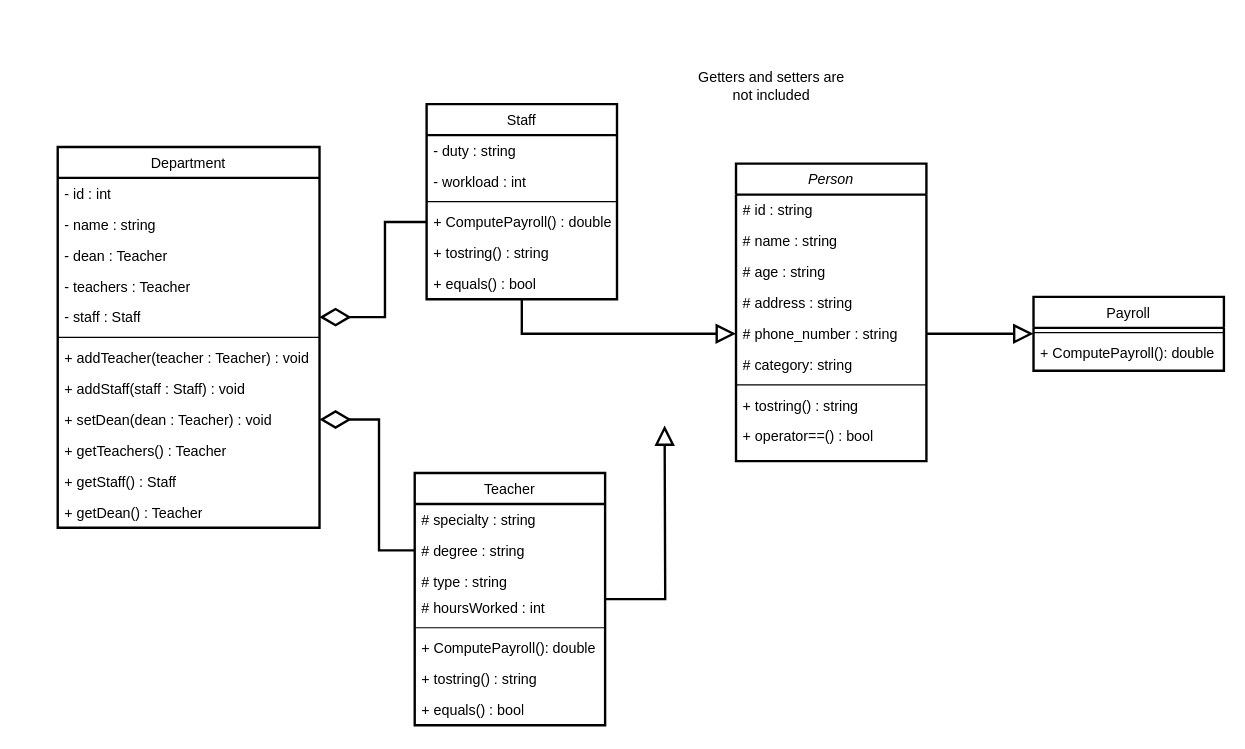
WilliamAbrokwah/GitHub-Test keeps this draw.io diagram as UML Diagram.drawio. Above is the earlier version. Source tidied: cells renumbered, new cells numbered last; positions are measured from the earlier drawing's top-left corner, leaving out a move shared by most shapes. Both pictures are drawn from the tidied source at 119%, with x=0, y=0 at pixel (57, 68).
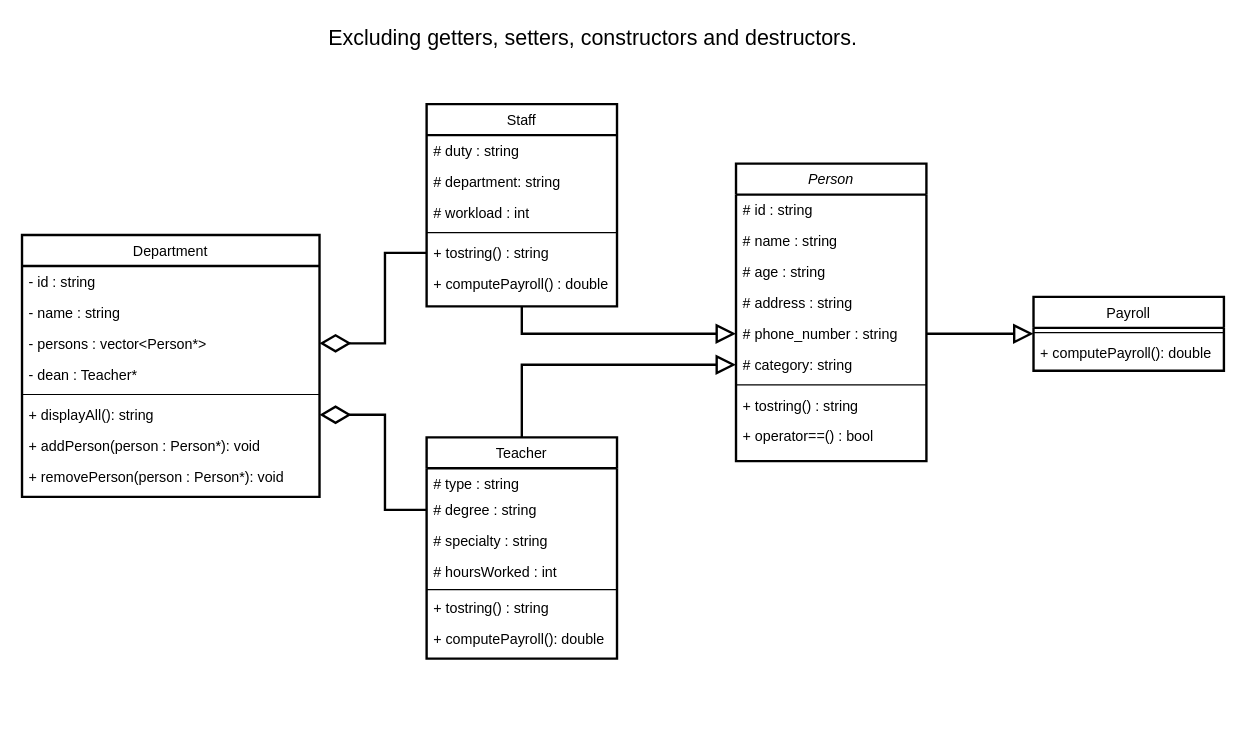
Above is the later version.

Unchanged cells that the change refers to:
```xml
<mxCell id="8" value="# category: string" style="text;strokeColor=none;fillColor=none;align=left;verticalAlign=top;spacingLeft=4;spacingRight=4;overflow=hidden;points=[[0,0.5],[1,0.5]];portConstraint=eastwest;whiteSpace=wrap;html=1;" parent="2" vertex="1">
  <mxGeometry y="156" width="160" height="26" as="geometry" />
</mxCell>
<mxCell id="45" value="Payroll" style="swimlane;fontStyle=0;align=center;verticalAlign=top;horizontal=1;startSize=26;rounded=0;shadow=0;strokeWidth=2;" parent="1" vertex="1">
  <mxGeometry x="820" y="192" width="160" height="62" as="geometry" />
</mxCell>
```

What changed in the source:
```diff
@@
-    <mxCell id="12" style="edgeStyle=orthogonalEdgeStyle;rounded=0;jettySize=auto;html=1;strokeWidth=2;endSize=12;endArrow=block;endFill=0;" parent="1" edge="1" source="13">
-      <mxGeometry relative="1" as="geometry">
-        <mxPoint x="510" y="300" as="targetPoint" />
-      </mxGeometry>
+    <mxCell id="12" style="edgeStyle=orthogonalEdgeStyle;rounded=0;jettySize=auto;html=1;strokeWidth=2;endSize=12;endArrow=block;endFill=0;entryX=0;entryY=0.5;entryDx=0;entryDy=0;" parent="1" edge="1" source="13" target="8">
+      <mxGeometry relative="1" as="geometry" />
     </mxCell>
     <mxCell id="13" value="Teacher" style="swimlane;fontStyle=0;align=center;verticalAlign=top;horizontal=1;startSize=26;rounded=0;shadow=0;strokeWidth=2;" parent="1" vertex="1">
-      <mxGeometry x="300" y="340" width="160" height="212" as="geometry" />
+      <mxGeometry x="310" y="310" width="160" height="186" as="geometry" />
     </mxCell>
+    <mxCell id="16" value="# type : string" style="text;strokeColor=none;fillColor=none;align=left;verticalAlign=top;spacingLeft=4;spacingRight=4;overflow=hidden;whiteSpace=wrap;html=1;" parent="13" vertex="1">
+      <mxGeometry y="26" width="160" height="22" as="geometry" />
+    </mxCell>
+    <mxCell id="15" value="# degree : string" style="text;align=left;verticalAlign=top;spacingLeft=4;spacingRight=4;overflow=hidden;points=[[0,0.5],[1,0.5]];portConstraint=eastwest;rounded=0;shadow=0;html=0;" parent="13" vertex="1">
+      <mxGeometry y="48" width="160" height="26" as="geometry" />
+    </mxCell>
     <mxCell id="14" value="# specialty : string" style="text;align=left;verticalAlign=top;spacingLeft=4;spacingRight=4;overflow=hidden;" parent="13" vertex="1">
-      <mxGeometry y="26" width="160" height="26" as="geometry" />
+      <mxGeometry y="74" width="160" height="26" as="geometry" />
     </mxCell>
-    <mxCell id="15" value="# degree : string" style="text;align=left;verticalAlign=top;spacingLeft=4;spacingRight=4;overflow=hidden;points=[[0,0.5],[1,0.5]];portConstraint=eastwest;rounded=0;shadow=0;html=0;" parent="13" vertex="1">
-      <mxGeometry y="52" width="160" height="26" as="geometry" />
-    </mxCell>
-    <mxCell id="16" value="# type : string" style="text;strokeColor=none;fillColor=none;align=left;verticalAlign=top;spacingLeft=4;spacingRight=4;overflow=hidden;whiteSpace=wrap;html=1;" parent="13" vertex="1">
-      <mxGeometry y="78" width="160" height="22" as="geometry" />
-    </mxCell>
@@
     <mxCell id="18" style="line;html=1;strokeWidth=1;align=left;verticalAlign=middle;spacingTop=-1;spacingLeft=3;spacingRight=3;labelPosition=right;" parent="13" vertex="1">
-      <mxGeometry y="126" width="160" height="8" as="geometry" />
+      <mxGeometry y="126" width="160" height="4" as="geometry" />
     </mxCell>
+    <mxCell id="20" value="+ tostring() : string" style="text;align=left;verticalAlign=top;spacingLeft=4;spacingRight=4;overflow=hidden;" parent="13" vertex="1">
+      <mxGeometry y="130" width="160" height="26" as="geometry" />
+    </mxCell>
-    <mxCell id="19" value="+ ComputePayroll(): double" style="text;align=left;verticalAlign=top;spacingLeft=4;spacingRight=4;overflow=hidden;" parent="13" vertex="1">
-      <mxGeometry y="134" width="160" height="26" as="geometry" />
+    <mxCell id="19" value="+ computePayroll(): double" style="text;align=left;verticalAlign=top;spacingLeft=4;spacingRight=4;overflow=hidden;" parent="13" vertex="1">
+      <mxGeometry y="156" width="160" height="26" as="geometry" />
     </mxCell>
-    <mxCell id="20" value="+ tostring() : string" style="text;align=left;verticalAlign=top;spacingLeft=4;spacingRight=4;overflow=hidden;" parent="13" vertex="1">
-      <mxGeometry y="160" width="160" height="26" as="geometry" />
-    </mxCell>
-    <mxCell id="21" value="+ equals() : bool" style="text;strokeColor=none;fillColor=none;align=left;verticalAlign=top;spacingLeft=4;spacingRight=4;overflow=hidden;whiteSpace=wrap;html=1;" parent="13" vertex="1">
-      <mxGeometry y="186" width="160" height="26" as="geometry" />
-    </mxCell>
@@
     <mxCell id="23" value="Staff" style="swimlane;fontStyle=0;align=center;verticalAlign=top;horizontal=1;startSize=26;rounded=0;shadow=0;strokeWidth=2;" parent="1" vertex="1">
-      <mxGeometry x="310" y="30" width="160" height="164" as="geometry" />
+      <mxGeometry x="310" y="30" width="160" height="170" as="geometry" />
     </mxCell>
-    <mxCell id="24" value="- duty : string" style="text;align=left;verticalAlign=top;spacingLeft=4;spacingRight=4;overflow=hidden;" parent="23" vertex="1">
+    <mxCell id="24" value="# duty : string" style="text;align=left;verticalAlign=top;spacingLeft=4;spacingRight=4;overflow=hidden;" parent="23" vertex="1">
       <mxGeometry y="26" width="160" height="26" as="geometry" />
     </mxCell>
+    <mxCell id="50" value="# department: string" style="text;strokeColor=none;fillColor=none;align=left;verticalAlign=top;spacingLeft=4;spacingRight=4;overflow=hidden;whiteSpace=wrap;html=1;" parent="23" vertex="1">
+      <mxGeometry y="52" width="160" height="26" as="geometry" />
+    </mxCell>
-    <mxCell id="25" value="- workload : int" style="text;strokeColor=none;fillColor=none;align=left;verticalAlign=top;spacingLeft=4;spacingRight=4;overflow=hidden;whiteSpace=wrap;html=1;" parent="23" vertex="1">
-      <mxGeometry y="52" width="160" height="26" as="geometry" />
+    <mxCell id="25" value="# workload : int" style="text;strokeColor=none;fillColor=none;align=left;verticalAlign=top;spacingLeft=4;spacingRight=4;overflow=hidden;whiteSpace=wrap;html=1;" parent="23" vertex="1">
+      <mxGeometry y="78" width="160" height="26" as="geometry" />
     </mxCell>
     <mxCell id="26" style="line;html=1;strokeWidth=1;align=left;verticalAlign=middle;spacingTop=-1;spacingLeft=3;spacingRight=3;labelPosition=right;" parent="23" vertex="1">
-      <mxGeometry y="78" width="160" height="8" as="geometry" />
+      <mxGeometry y="104" width="160" height="8" as="geometry" />
     </mxCell>
+    <mxCell id="28" value="+ tostring() : string" style="text;align=left;verticalAlign=top;spacingLeft=4;spacingRight=4;overflow=hidden;points=[[0,0.5],[1,0.5]];portConstraint=eastwest;" parent="23" vertex="1">
+      <mxGeometry y="112" width="160" height="26" as="geometry" />
+    </mxCell>
-    <mxCell id="27" value="+ ComputePayroll() : double" style="text;strokeColor=none;fillColor=none;align=left;verticalAlign=top;spacingLeft=4;spacingRight=4;overflow=hidden;points=[[0,0.5],[1,0.5]];portConstraint=eastwest;whiteSpace=wrap;html=1;" parent="23" vertex="1">
-      <mxGeometry y="86" width="160" height="26" as="geometry" />
+    <mxCell id="27" value="+ computePayroll() : double" style="text;strokeColor=none;fillColor=none;align=left;verticalAlign=top;spacingLeft=4;spacingRight=4;overflow=hidden;points=[[0,0.5],[1,0.5]];portConstraint=eastwest;whiteSpace=wrap;html=1;" parent="23" vertex="1">
+      <mxGeometry y="138" width="160" height="26" as="geometry" />
     </mxCell>
-    <mxCell id="28" value="+ tostring() : string" style="text;align=left;verticalAlign=top;spacingLeft=4;spacingRight=4;overflow=hidden;points=[[0,0.5],[1,0.5]];portConstraint=eastwest;" parent="23" vertex="1">
-      <mxGeometry y="112" width="160" height="26" as="geometry" />
-    </mxCell>
-    <mxCell id="29" value="+ equals() : bool" style="text;strokeColor=none;fillColor=none;align=left;verticalAlign=top;spacingLeft=4;spacingRight=4;overflow=hidden;whiteSpace=wrap;html=1;" parent="23" vertex="1">
-      <mxGeometry y="138" width="160" height="26" as="geometry" />
-    </mxCell>
     <mxCell id="30" value="Department" style="swimlane;fontStyle=0;align=center;verticalAlign=top;horizontal=1;startSize=26;rounded=0;shadow=0;strokeWidth=2;" parent="1" vertex="1">
-      <mxGeometry y="66" width="220" height="320" as="geometry" />
+      <mxGeometry x="-30" y="140" width="250" height="220" as="geometry" />
     </mxCell>
-    <mxCell id="31" value="- id : int" style="text;strokeColor=none;fillColor=none;align=left;verticalAlign=top;spacingLeft=4;spacingRight=4;overflow=hidden;whiteSpace=wrap;html=1;" parent="30" vertex="1">
-      <mxGeometry y="26" width="220" height="26" as="geometry" />
+    <mxCell id="31" value="- id : string" style="text;strokeColor=none;fillColor=none;align=left;verticalAlign=top;spacingLeft=4;spacingRight=4;overflow=hidden;whiteSpace=wrap;html=1;" parent="30" vertex="1">
+      <mxGeometry y="26" width="250" height="26" as="geometry" />
     </mxCell>
     <mxCell id="32" value="- name : string" style="text;strokeColor=none;fillColor=none;align=left;verticalAlign=top;spacingLeft=4;spacingRight=4;overflow=hidden;whiteSpace=wrap;html=1;" parent="30" vertex="1">
-      <mxGeometry y="52" width="220" height="26" as="geometry" />
+      <mxGeometry y="52" width="250" height="26" as="geometry" />
     </mxCell>
+    <mxCell id="34" value="- persons : vector&amp;lt;Person*&amp;gt;" style="text;strokeColor=none;fillColor=none;align=left;verticalAlign=top;spacingLeft=4;spacingRight=4;overflow=hidden;points=[[0,0.5],[1,0.5]];portConstraint=eastwest;whiteSpace=wrap;html=1;" parent="30" vertex="1">
+      <mxGeometry y="78" width="250" height="26" as="geometry" />
+    </mxCell>
-    <mxCell id="33" value="- dean : Teacher" style="text;align=left;verticalAlign=top;spacingLeft=4;spacingRight=4;overflow=hidden;rounded=0;shadow=0;html=0;" parent="30" vertex="1">
-      <mxGeometry y="78" width="220" height="26" as="geometry" />
+    <mxCell id="33" value="- dean : Teacher*" style="text;align=left;verticalAlign=top;spacingLeft=4;spacingRight=4;overflow=hidden;rounded=0;shadow=0;html=0;" parent="30" vertex="1">
+      <mxGeometry y="104" width="250" height="26" as="geometry" />
     </mxCell>
-    <mxCell id="34" value="- teachers : Teacher" style="text;strokeColor=none;fillColor=none;align=left;verticalAlign=top;spacingLeft=4;spacingRight=4;overflow=hidden;points=[[0,0.5],[1,0.5]];portConstraint=eastwest;whiteSpace=wrap;html=1;" parent="30" vertex="1">
-      <mxGeometry y="104" width="220" height="26" as="geometry" />
-    </mxCell>
-    <mxCell id="35" value="- staff : Staff" style="text;strokeColor=none;fillColor=none;align=left;verticalAlign=top;spacingLeft=4;spacingRight=4;overflow=hidden;points=[[0,0.5],[1,0.5]];portConstraint=eastwest;whiteSpace=wrap;html=1;" parent="30" vertex="1">
-      <mxGeometry y="130" width="220" height="26" as="geometry" />
-    </mxCell>
     <mxCell id="36" style="line;html=1;strokeWidth=1;align=left;verticalAlign=middle;spacingTop=-1;spacingLeft=3;spacingRight=3;labelPosition=right;" parent="30" vertex="1">
-      <mxGeometry y="156" width="220" height="8" as="geometry" />
+      <mxGeometry y="130" width="250" height="8" as="geometry" />
     </mxCell>
-    <mxCell id="37" value="+ addTeacher(teacher : Teacher) : void" style="text;align=left;verticalAlign=top;spacingLeft=4;spacingRight=4;overflow=hidden;points=[[0,0.5],[1,0.5]];portConstraint=eastwest;" parent="30" vertex="1">
-      <mxGeometry y="164" width="220" height="26" as="geometry" />
+    <mxCell id="37" value="+ displayAll(): string" style="text;align=left;verticalAlign=top;spacingLeft=4;spacingRight=4;overflow=hidden;points=[[0,0.5],[1,0.5]];portConstraint=eastwest;" parent="30" vertex="1">
+      <mxGeometry y="138" width="250" height="26" as="geometry" />
     </mxCell>
-    <mxCell id="38" value="+ addStaff(staff : Staff) : void" style="text;align=left;verticalAlign=top;spacingLeft=4;spacingRight=4;overflow=hidden;" parent="30" vertex="1">
-      <mxGeometry y="190" width="220" height="26" as="geometry" />
-    </mxCell>
-    <mxCell id="39" value="+ setDean(dean : Teacher) : void" style="text;strokeColor=none;fillColor=none;align=left;verticalAlign=top;spacingLeft=4;spacingRight=4;overflow=hidden;points=[[0,0.5],[1,0.5]];portConstraint=eastwest;whiteSpace=wrap;html=1;" parent="30" vertex="1">
-      <mxGeometry y="216" width="220" height="26" as="geometry" />
-    </mxCell>
-    <mxCell id="40" value="+ getTeachers() : Teacher" style="text;strokeColor=none;fillColor=none;align=left;verticalAlign=top;spacingLeft=4;spacingRight=4;overflow=hidden;whiteSpace=wrap;html=1;" parent="30" vertex="1">
-      <mxGeometry y="242" width="220" height="26" as="geometry" />
-    </mxCell>
-    <mxCell id="41" value="+ getStaff() : Staff" style="text;strokeColor=none;fillColor=none;align=left;verticalAlign=top;spacingLeft=4;spacingRight=4;overflow=hidden;whiteSpace=wrap;html=1;" parent="30" vertex="1">
-      <mxGeometry y="268" width="220" height="26" as="geometry" />
-    </mxCell>
-    <mxCell id="42" value="+ getDean() : Teacher" style="text;strokeColor=none;fillColor=none;align=left;verticalAlign=top;spacingLeft=4;spacingRight=4;overflow=hidden;whiteSpace=wrap;html=1;" parent="30" vertex="1">
-      <mxGeometry y="294" width="220" height="26" as="geometry" />
-    </mxCell>
+    <mxCell id="51" value="+ addPerson(person : Person*): void" style="text;strokeColor=none;fillColor=none;align=left;verticalAlign=top;spacingLeft=4;spacingRight=4;overflow=hidden;whiteSpace=wrap;html=1;" parent="30" vertex="1">
+      <mxGeometry y="164" width="250" height="26" as="geometry" />
+    </mxCell>
+    <mxCell id="52" value="+ removePerson(person : Person*): void" style="text;strokeColor=none;fillColor=none;align=left;verticalAlign=top;spacingLeft=4;spacingRight=4;overflow=hidden;whiteSpace=wrap;html=1;" parent="30" vertex="1">
+      <mxGeometry y="190" width="250" height="26" as="geometry" />
+    </mxCell>
-    <mxCell id="43" style="edgeStyle=orthogonalEdgeStyle;rounded=0;jettySize=auto;html=1;entryX=1;entryY=0.5;entryDx=0;entryDy=0;strokeWidth=2;endSize=21;endArrow=diamondThin;endFill=0;" parent="1" edge="1" source="15" target="39">
+    <mxCell id="43" style="edgeStyle=orthogonalEdgeStyle;rounded=0;jettySize=auto;html=1;strokeWidth=2;endSize=21;endArrow=diamondThin;endFill=0;entryX=1;entryY=0.5;entryDx=0;entryDy=0;" parent="1" edge="1" source="15" target="37">
       <mxGeometry relative="1" as="geometry" />
     </mxCell>
-    <mxCell id="44" style="edgeStyle=orthogonalEdgeStyle;rounded=0;jettySize=auto;html=1;entryX=1;entryY=0.5;entryDx=0;entryDy=0;strokeWidth=2;endSize=21;endArrow=diamondThin;endFill=0;" parent="1" edge="1" source="27" target="35">
+    <mxCell id="44" style="edgeStyle=orthogonalEdgeStyle;rounded=0;jettySize=auto;html=1;strokeWidth=2;endSize=21;endArrow=diamondThin;endFill=0;exitX=0;exitY=0.5;exitDx=0;exitDy=0;entryX=1;entryY=0.5;entryDx=0;entryDy=0;" parent="1" edge="1" source="28" target="34">
       <mxGeometry relative="1" as="geometry" />
     </mxCell>
@@
-    <mxCell id="47" value="+ ComputePayroll(): double" style="text;align=left;verticalAlign=top;spacingLeft=4;spacingRight=4;overflow=hidden;" parent="45" vertex="1">
+    <mxCell id="47" value="+ computePayroll(): double" style="text;align=left;verticalAlign=top;spacingLeft=4;spacingRight=4;overflow=hidden;" parent="45" vertex="1">
       <mxGeometry y="34" width="160" height="26" as="geometry" />
     </mxCell>
@@
-    <mxCell id="49" value="Getters and setters are not included" style="text;html=1;align=center;verticalAlign=middle;whiteSpace=wrap;rounded=0;" parent="1" vertex="1">
-      <mxGeometry x="530" width="140" height="30" as="geometry" />
+    <mxCell id="49" value="Excluding getters, setters, constructors and destructors." style="text;html=1;align=center;verticalAlign=middle;whiteSpace=wrap;rounded=0;strokeWidth=4;spacing=3;fontSize=18;" parent="1" vertex="1">
+      <mxGeometry x="190" y="-40" width="520" height="30" as="geometry" />
     </mxCell>
```
